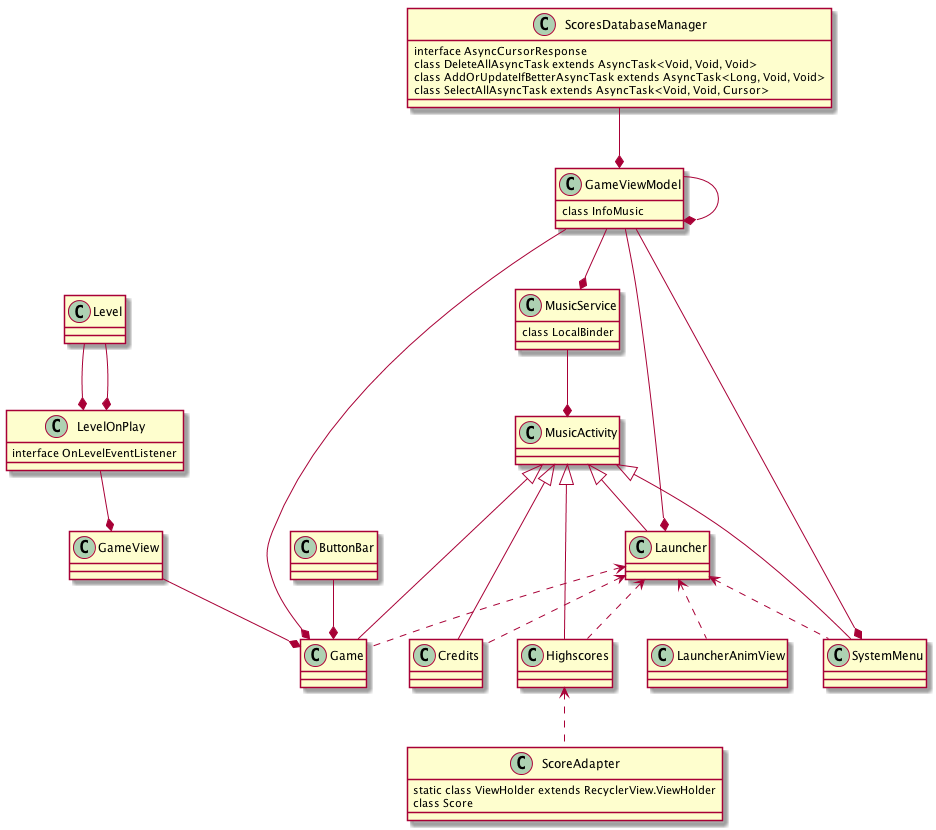
Before: colorfloodUML.png, a diagram exported from PlantUML (dc-p8/colorflood). Source of this version:
```plantuml
@startuml

class ButtonBar
class Credits
class Game
class GameView
class GameViewModel {
    class InfoMusic
}
class Highscores
class Launcher
class LauncherAnimView
class Level
class LevelOnPlay {
    interface OnLevelEventListener
}
class MusicActivity
class MusicService {
    class LocalBinder
}
class ScoreAdapter {
    static class ViewHolder extends RecyclerView.ViewHolder
    class Score
}
class ScoresDatabaseManager {
    interface AsyncCursorResponse
    class DeleteAllAsyncTask extends AsyncTask<Void, Void, Void>
    class AddOrUpdateIfBetterAsyncTask extends AsyncTask<Long, Void, Void>
    class SelectAllAsyncTask extends AsyncTask<Void, Void, Cursor>
}
class SystemMenu


ButtonBar --* Game
GameView --* Game
GameViewModel --* Game
LevelOnPlay --* GameView
GameViewModel --* GameViewModel
ScoresDatabaseManager --* GameViewModel
GameViewModel --* Launcher
Level --* LevelOnPlay
Level --* LevelOnPlay
MusicService --* MusicActivity
GameViewModel --* MusicService
GameViewModel --* SystemMenu

MusicActivity <|-- Credits
MusicActivity <|-- Game
MusicActivity <|-- Highscores
MusicActivity <|-- Launcher
MusicActivity <|-- SystemMenu

Launcher <.. LauncherAnimView
Launcher <.. Credits
Launcher <.. Game
Launcher <.. Highscores
Launcher <.. SystemMenu
Highscores <.. ScoreAdapter

@enduml
```
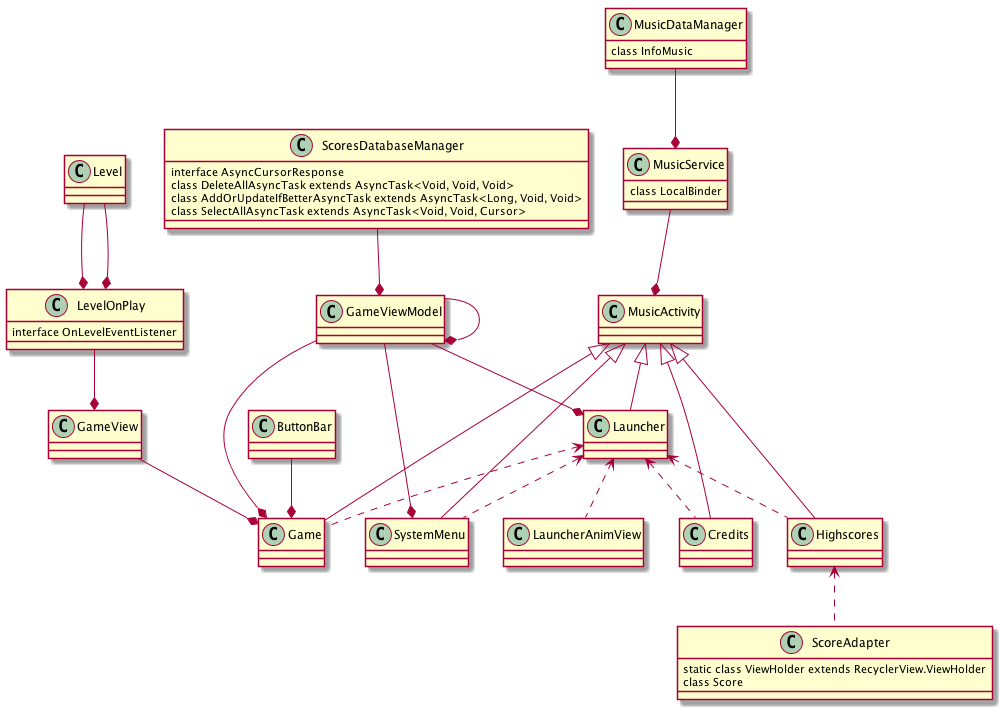
The same diagram one commit later.

Commit message:
mise à jour avec MusicDataManager

Change to the diagram source:
```diff
@@ -4,9 +4,7 @@
 class Credits
 class Game
 class GameView
-class GameViewModel {
-    class InfoMusic
-}
+class GameViewModel
 class Highscores
 class Launcher
 class LauncherAnimView
@@ -15,6 +13,9 @@
     interface OnLevelEventListener
 }
 class MusicActivity
+class MusicDataManager {
+  class InfoMusic
+}
 class MusicService {
     class LocalBinder
 }
@@ -41,7 +42,7 @@
 Level --* LevelOnPlay
 Level --* LevelOnPlay
 MusicService --* MusicActivity
-GameViewModel --* MusicService
+MusicDataManager --* MusicService
 GameViewModel --* SystemMenu
 
 MusicActivity <|-- Credits
```
